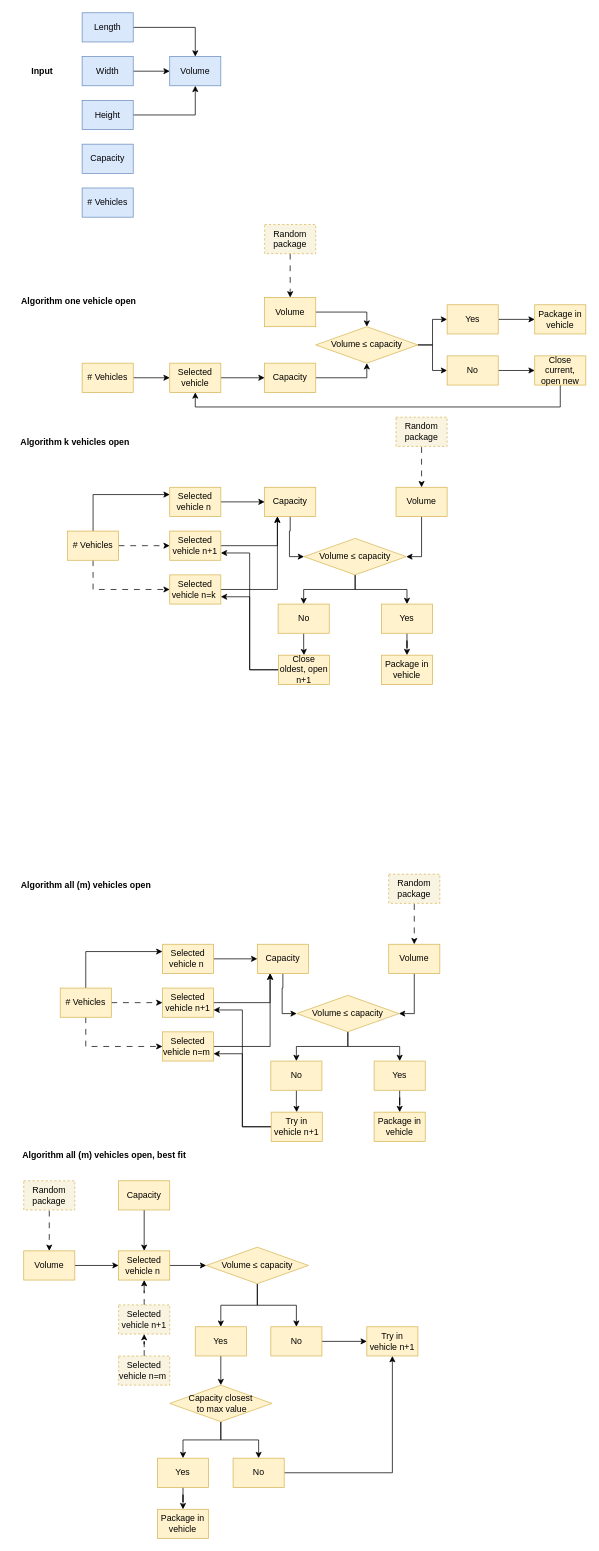
ftamsma/Group33_TIL keeps this draw.io diagram as Pseudo-code-blocks.drawio. Above is the earlier version. Source tidied: cells renumbered, new cells numbered last; positions are measured from the earlier drawing's top-left corner, leaving out a move shared by most shapes. Both pictures are drawn from the tidied source at 73%, with x=0, y=0 at pixel (12, 12).
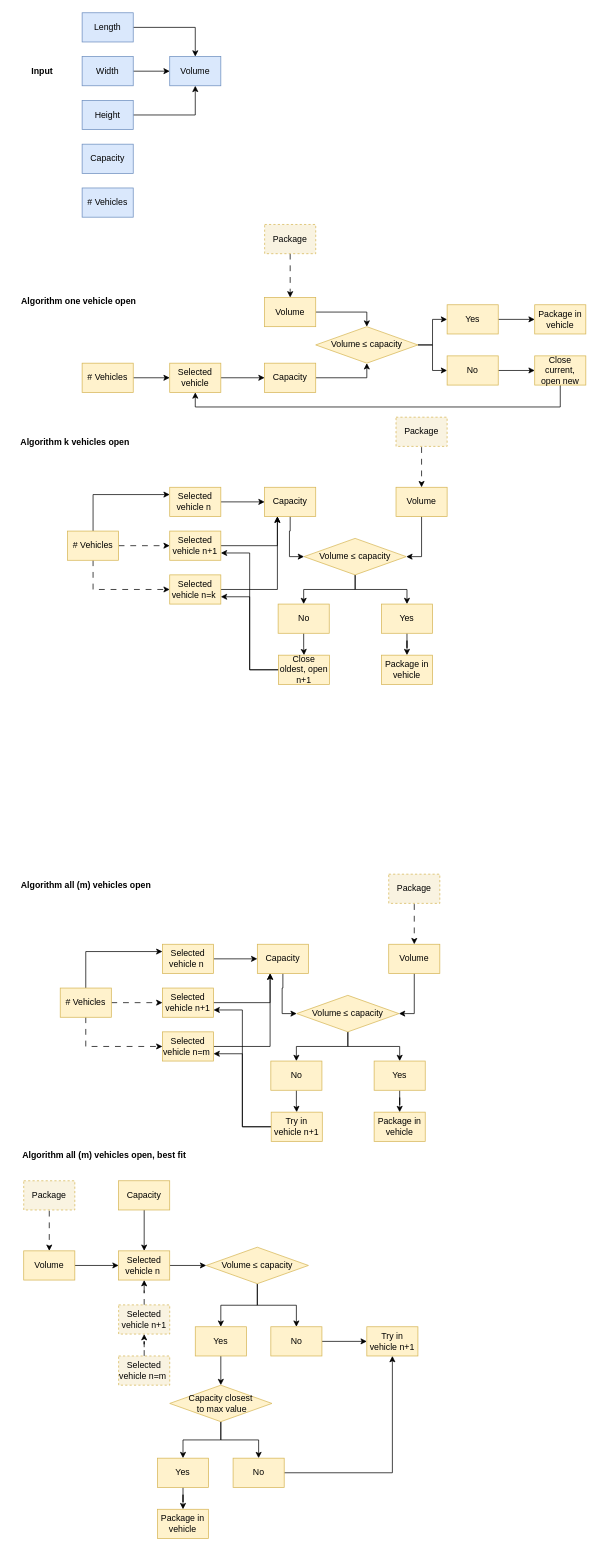
After the change.

Change to the diagram source:
```diff
@@
-    <mxCell id="22" value="Random package" style="rounded=0;whiteSpace=wrap;html=1;fillColor=#f9f3e1;strokeColor=#d6b656;dashed=1;" parent="1" vertex="1">
+    <mxCell id="22" value="Package" style="rounded=0;whiteSpace=wrap;html=1;fillColor=#f9f3e1;strokeColor=#d6b656;dashed=1;" parent="1" vertex="1">
       <mxGeometry x="345" y="290" width="70" height="40" as="geometry" />
     </mxCell>
@@
-    <mxCell id="44" value="Random package" style="rounded=0;whiteSpace=wrap;html=1;fillColor=#f9f3e1;strokeColor=#d6b656;dashed=1;" parent="1" vertex="1">
+    <mxCell id="44" value="Package" style="rounded=0;whiteSpace=wrap;html=1;fillColor=#f9f3e1;strokeColor=#d6b656;dashed=1;" parent="1" vertex="1">
       <mxGeometry x="525" y="554" width="70" height="40" as="geometry" />
     </mxCell>
@@
-    <mxCell id="72" value="Random package" style="rounded=0;whiteSpace=wrap;html=1;fillColor=#f9f3e1;strokeColor=#d6b656;dashed=1;" parent="1" vertex="1">
+    <mxCell id="72" value="Package" style="rounded=0;whiteSpace=wrap;html=1;fillColor=#f9f3e1;strokeColor=#d6b656;dashed=1;" parent="1" vertex="1">
       <mxGeometry x="515" y="1180" width="70" height="40" as="geometry" />
     </mxCell>
@@
-    <mxCell id="94" value="Random package" style="rounded=0;whiteSpace=wrap;html=1;fillColor=#f9f3e1;strokeColor=#d6b656;dashed=1;" parent="1" vertex="1">
+    <mxCell id="94" value="Package" style="rounded=0;whiteSpace=wrap;html=1;fillColor=#f9f3e1;strokeColor=#d6b656;dashed=1;" parent="1" vertex="1">
       <mxGeometry x="15" y="1600" width="70" height="40" as="geometry" />
     </mxCell>
```
